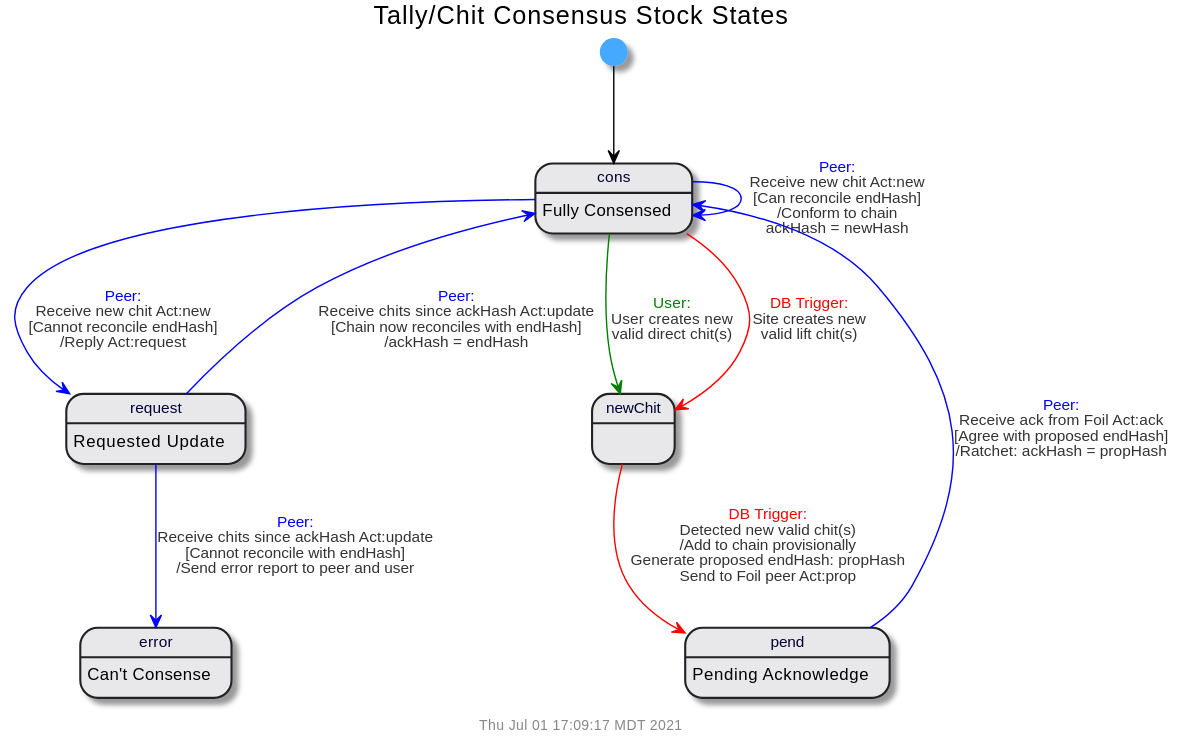
Earlier version of the PlantUML export doc/uml/state-cons.svg (gotchoices/MyCHIPs).
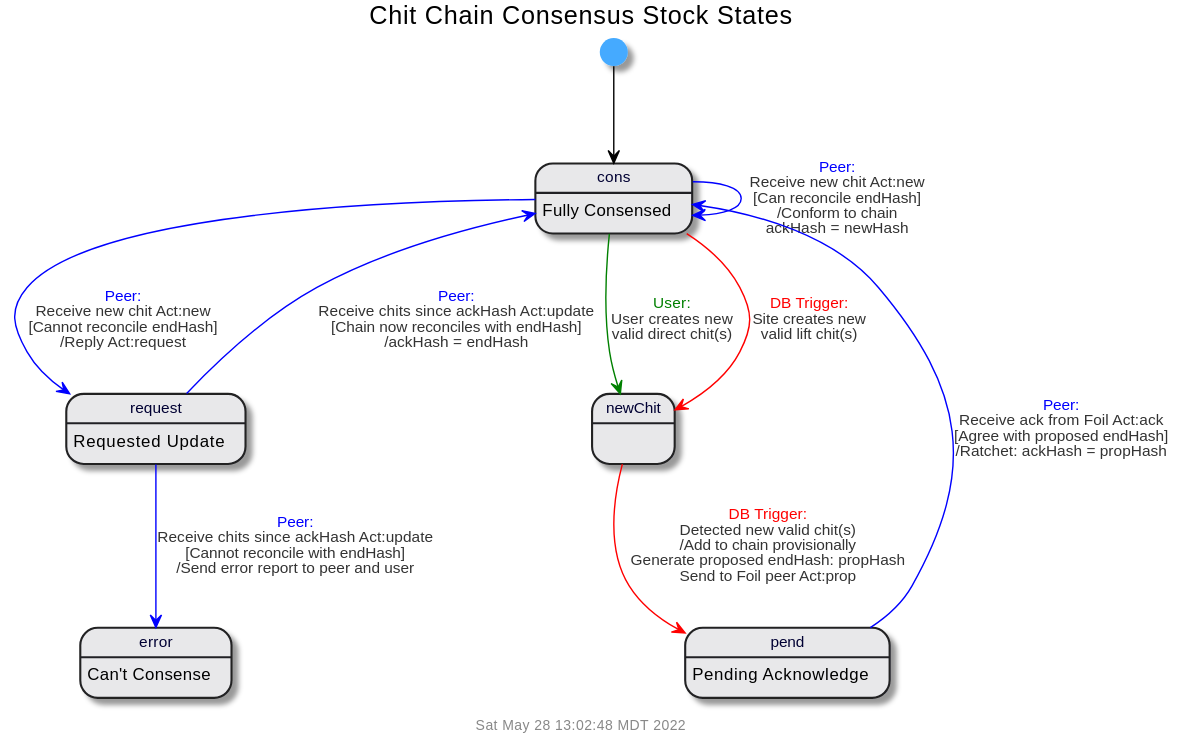
After the commit.

What changed in the source:
```diff
@@ -1,7 +1,7 @@
 @startuml
 !include common.puml
 
-$title(Tally/Chit Consensus Stock States)
+$title(Chit Chain Consensus Stock States)
 [*] --> cons
 cons: Fully Consensed
 error: Can't Consense
```
